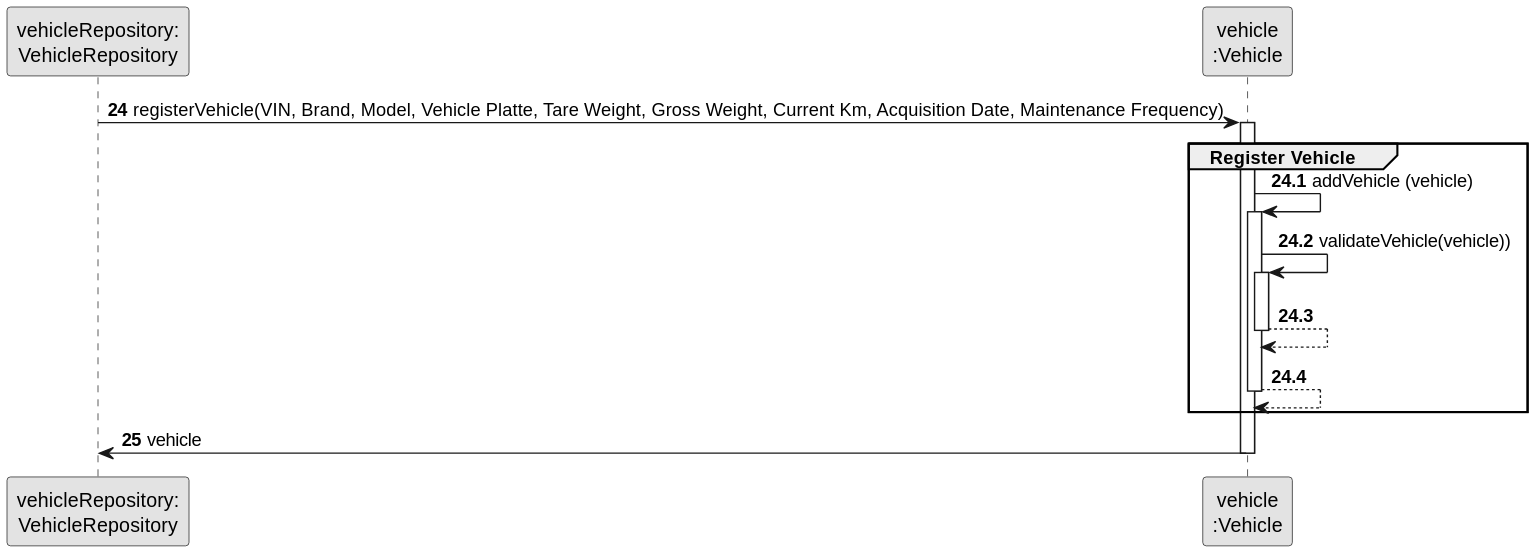
Earlier version of the PlantUML export docs/sprintB/us006/03.design/svg/us006-sequence-diagram-partial-register-vehicle.svg (ricardomm7/leaflink). The source it was exported from:
```plantuml
@startuml
skinparam monochrome true
skinparam packageStyle rectangle
skinparam shadowing false

participant "vehicleRepository:\nVehicleRepository" as VehicleRepository
participant "vehicle\n:Vehicle" as VEI

autonumber 24
VehicleRepository -> VEI: registerVehicle(VIN, Brand, Model, Vehicle Platte, Tare Weight, Gross Weight, Current Km, Acquisition Date, Maintenance Frequency)

autonumber 24.1
activate VEI
    group Register Vehicle
                              VEI -> VEI: addVehicle (vehicle)
                              activate VEI

                              VEI -> VEI: validateVehicle(vehicle))
                              activate VEI

                              VEI --> VEI
                              deactivate VEI

                              VEI --> VEI
                              deactivate VEI

    end

    autonumber 25
    VEI -> VehicleRepository: vehicle
deactivate VEI
@enduml
```
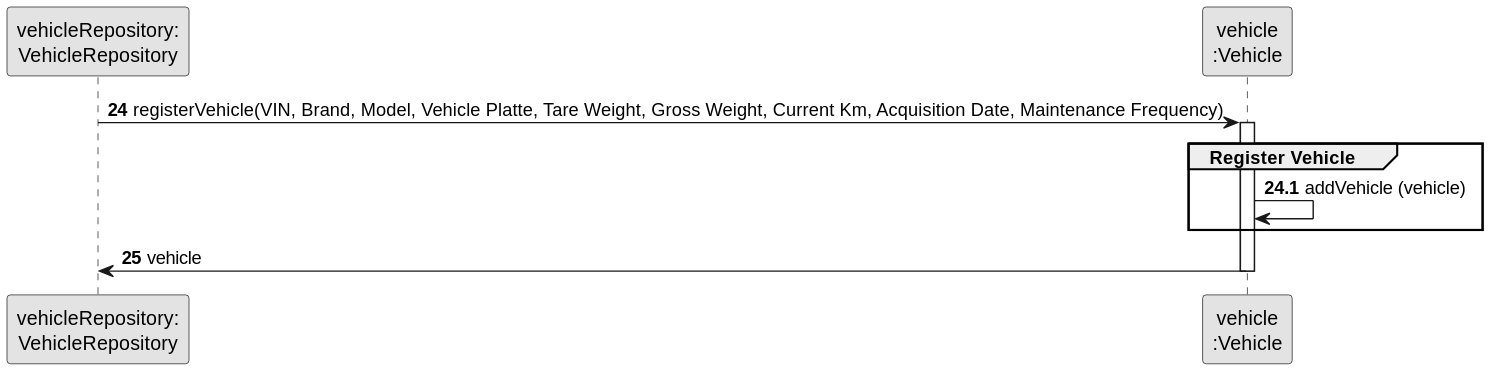
Above is the later version.

Diff of the diagram source:
```diff
@@ -13,16 +13,7 @@
 activate VEI
     group Register Vehicle
                               VEI -> VEI: addVehicle (vehicle)
-                              activate VEI
 
-                              VEI -> VEI: validateVehicle(vehicle))
-                              activate VEI
-
-                              VEI --> VEI
-                              deactivate VEI
-
-                              VEI --> VEI
-                              deactivate VEI
 
     end
 
```
